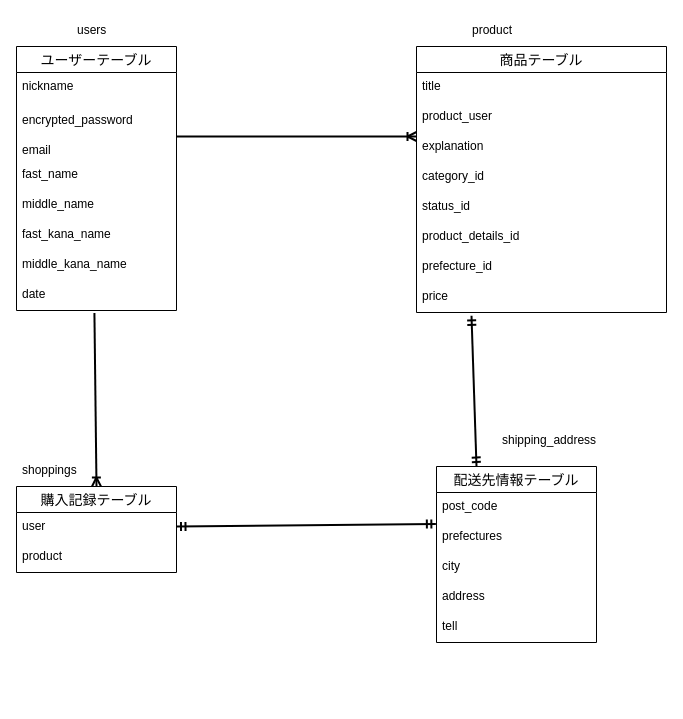
Before: .dio in hibiki24o/furima-38475, a draw.io diagram. Source tidied: cells renumbered, new cells numbered last; positions are measured from the earlier drawing's top-left corner, leaving out a move shared by most shapes. Both pictures are drawn from the tidied source at 100%, with x=0, y=0 at pixel (16, 16).
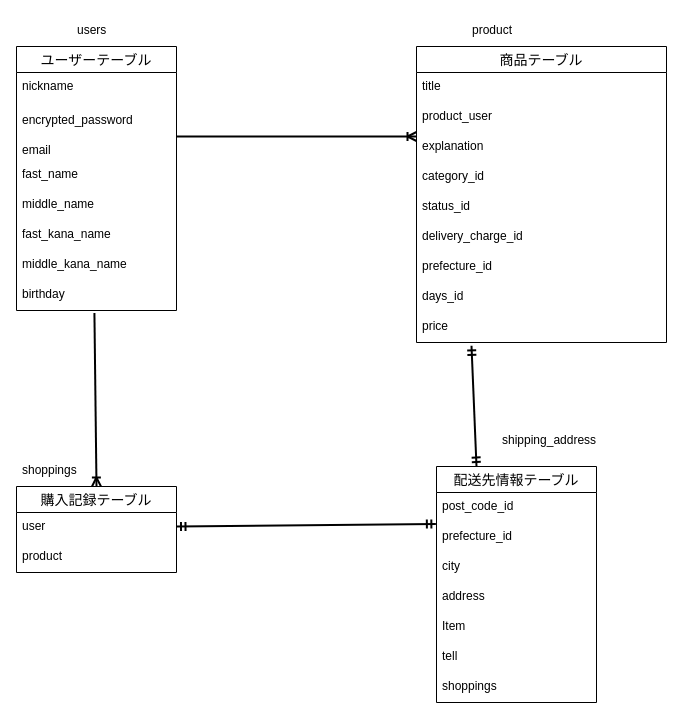
After the change.

The change refers to these unchanged cells:
```xml
<mxCell id="2" value="ユーザーテーブル" style="swimlane;fontStyle=0;horizontal=1;startSize=26;align=center;fontSize=14;strokeColor=default;" parent="1" vertex="1">
  <mxGeometry y="30" width="160" height="264" as="geometry" />
</mxCell>
```

Change to the diagram source:
```diff
@@
-    <mxCell id="10" value="date" style="text;strokeColor=none;fillColor=none;spacingLeft=4;spacingRight=4;overflow=hidden;points=[[0,0.5],[1,0.5]];portConstraint=eastwest;fontSize=12;" parent="2" vertex="1">
+    <mxCell id="10" value="birthday" style="text;strokeColor=none;fillColor=none;spacingLeft=4;spacingRight=4;overflow=hidden;points=[[0,0.5],[1,0.5]];portConstraint=eastwest;fontSize=12;" parent="2" vertex="1">
       <mxGeometry y="234" width="160" height="30" as="geometry" />
     </mxCell>
     <mxCell id="11" value="商品テーブル" style="swimlane;fontStyle=0;horizontal=1;startSize=26;align=center;fontSize=14;" parent="1" vertex="1">
-      <mxGeometry x="400" y="30" width="250" height="266" as="geometry" />
+      <mxGeometry x="400" y="30" width="250" height="296" as="geometry" />
     </mxCell>
@@
-    <mxCell id="17" value="product_details_id" style="text;strokeColor=none;fillColor=none;spacingLeft=4;spacingRight=4;overflow=hidden;fontSize=12;" parent="11" vertex="1">
-      <mxGeometry y="176" width="250" height="30" as="geometry" />
-    </mxCell>
+    <mxCell id="37" value="delivery_charge_id " style="text;strokeColor=none;fillColor=none;spacingLeft=4;spacingRight=4;overflow=hidden;fontSize=12;" parent="11" vertex="1">
+      <mxGeometry y="176" width="250" height="30" as="geometry" />
+    </mxCell>
@@
+    <mxCell id="38" value="days_id " style="text;strokeColor=none;fillColor=none;spacingLeft=4;spacingRight=4;overflow=hidden;fontSize=12;" parent="11" vertex="1">
+      <mxGeometry y="236" width="250" height="30" as="geometry" />
+    </mxCell>
     <mxCell id="19" value="price" style="text;strokeColor=none;fillColor=none;spacingLeft=4;spacingRight=4;overflow=hidden;points=[[0,0.5],[1,0.5]];portConstraint=eastwest;fontSize=12;" parent="11" vertex="1">
-      <mxGeometry y="236" width="250" height="30" as="geometry" />
+      <mxGeometry y="266" width="250" height="30" as="geometry" />
     </mxCell>
@@
     <mxCell id="23" value="配送先情報テーブル" style="swimlane;fontStyle=0;horizontal=1;startSize=26;align=center;fontSize=14;strokeColor=default;" parent="1" vertex="1">
-      <mxGeometry x="420" y="450" width="160" height="176" as="geometry" />
+      <mxGeometry x="420" y="450" width="160" height="236" as="geometry" />
     </mxCell>
-    <mxCell id="24" value="post_code" style="text;strokeColor=none;fillColor=none;spacingLeft=4;spacingRight=4;overflow=hidden;fontSize=12;" parent="23" vertex="1">
+    <mxCell id="24" value="post_code_id " style="text;strokeColor=none;fillColor=none;spacingLeft=4;spacingRight=4;overflow=hidden;fontSize=12;" parent="23" vertex="1">
       <mxGeometry y="26" width="160" height="30" as="geometry" />
     </mxCell>
-    <mxCell id="25" value="prefectures" style="text;strokeColor=none;fillColor=none;spacingLeft=4;spacingRight=4;overflow=hidden;points=[[0,0.5],[1,0.5]];portConstraint=eastwest;fontSize=12;" parent="23" vertex="1">
+    <mxCell id="25" value="prefecture_id" style="text;strokeColor=none;fillColor=none;spacingLeft=4;spacingRight=4;overflow=hidden;points=[[0,0.5],[1,0.5]];portConstraint=eastwest;fontSize=12;" parent="23" vertex="1">
       <mxGeometry y="56" width="160" height="30" as="geometry" />
     </mxCell>
@@
+    <mxCell id="39" value="Item" style="text;strokeColor=none;fillColor=none;spacingLeft=4;spacingRight=4;overflow=hidden;fontSize=12;" parent="23" vertex="1">
+      <mxGeometry y="146" width="160" height="30" as="geometry" />
+    </mxCell>
     <mxCell id="28" value="tell" style="text;strokeColor=none;fillColor=none;spacingLeft=4;spacingRight=4;overflow=hidden;fontSize=12;" parent="23" vertex="1">
-      <mxGeometry y="146" width="160" height="30" as="geometry" />
+      <mxGeometry y="176" width="160" height="30" as="geometry" />
     </mxCell>
+    <mxCell id="40" value="shoppings" style="text;strokeColor=none;fillColor=none;spacingLeft=4;spacingRight=4;overflow=hidden;fontSize=12;" parent="23" vertex="1">
+      <mxGeometry y="206" width="160" height="30" as="geometry" />
+    </mxCell>
```
